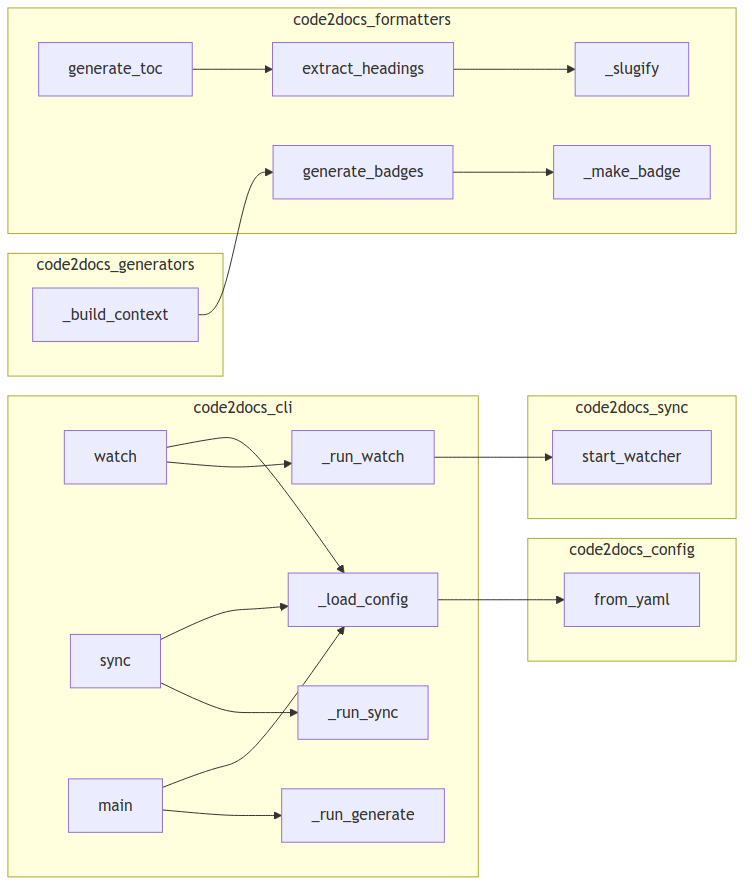
Before: project/calls.png, a diagram exported from Mermaid (wronai/code2docs). Its source is kept beside it as project/calls.mmd.
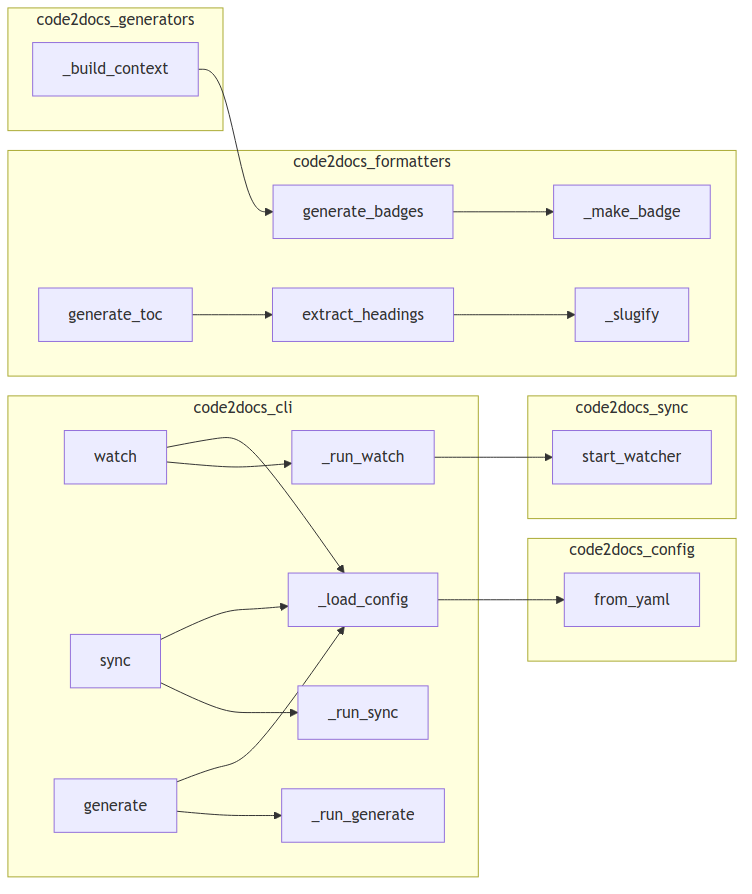
Above is the later version.

Diff of the diagram source:
```diff
@@ -1,22 +1,22 @@
 flowchart LR
     subgraph code2docs_cli
         code2docs__cli___run_sync["_run_sync"]
-        code2docs__cli___run_watch["_run_watch"]
         code2docs__cli__watch["watch"]
-        code2docs__cli___load_config["_load_config"]
         code2docs__cli___run_generate["_run_generate"]
         code2docs__cli__sync["sync"]
-        code2docs__cli__main["main"]
+        code2docs__cli___load_config["_load_config"]
+        code2docs__cli__generate["generate"]
+        code2docs__cli___run_watch["_run_watch"]
     end
     subgraph code2docs_config
         code2docs__config__Code2DocsConfig__from_yaml["from_yaml"]
     end
     subgraph code2docs_formatters
+        code2docs__formatters__badges___make_badge["_make_badge"]
+        code2docs__formatters__toc__generate_toc["generate_toc"]
         code2docs__formatters__toc___slugify["_slugify"]
-        code2docs__formatters__badges___make_badge["_make_badge"]
         code2docs__formatters__badges__generate_badges["generate_badges"]
         code2docs__formatters__toc__extract_headings["extract_headings"]
-        code2docs__formatters__toc__generate_toc["generate_toc"]
     end
     subgraph code2docs_generators
         code2docs___build_context["_build_context"]
@@ -25,14 +25,14 @@
         code2docs__sync__watcher__start_watcher["start_watcher"]
     end
     code2docs__formatters__badges__generate_badges --> code2docs__formatters__badges___make_badge
-    code2docs__cli__main --> code2docs__cli___load_config
-    code2docs__cli__main --> code2docs__cli___run_generate
+    code2docs__formatters__toc__generate_toc --> code2docs__formatters__toc__extract_headings
+    code2docs__formatters__toc__extract_headings --> code2docs__formatters__toc___slugify
+    code2docs___build_context --> code2docs__formatters__badges__generate_badges
+    code2docs__cli__generate --> code2docs__cli___load_config
+    code2docs__cli__generate --> code2docs__cli___run_generate
     code2docs__cli__sync --> code2docs__cli___load_config
     code2docs__cli__sync --> code2docs__cli___run_sync
     code2docs__cli__watch --> code2docs__cli___load_config
     code2docs__cli__watch --> code2docs__cli___run_watch
     code2docs__cli___load_config --> code2docs__config__Code2DocsConfig__from_yaml
     code2docs__cli___run_watch --> code2docs__sync__watcher__start_watcher
-    code2docs__formatters__toc__generate_toc --> code2docs__formatters__toc__extract_headings
-    code2docs__formatters__toc__extract_headings --> code2docs__formatters__toc___slugify
-    code2docs___build_context --> code2docs__formatters__badges__generate_badges
```
